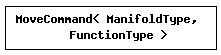
This is inherit_graph_11.png from acgetchell/CDT-plusplus, a Graphviz export, as it was before one commit. Its source is kept beside it as inherit_graph_11.dot.
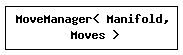
The same diagram one commit later.

Diff of the diagram source:
```diff
@@ -3,5 +3,5 @@
   edge [fontname="Helvetica",fontsize="10",labelfontname="Helvetica",labelfontsize="10"];
   node [fontname="Helvetica",fontsize="10",shape=record];
   rankdir="LR";
-  Node0 [label="MoveCommand\< ManifoldType,\l FunctionType \>",height=0.2,width=0.4,color="black", fillcolor="white", style="filled",URL="$class_move_command.html",tooltip=" "];
+  Node0 [label="MoveManager\< Manifold,\l Moves \>",height=0.2,width=0.4,color="black", fillcolor="white", style="filled",URL="$class_move_manager.html",tooltip="RAII Function object to handle moves."];
 }
```
